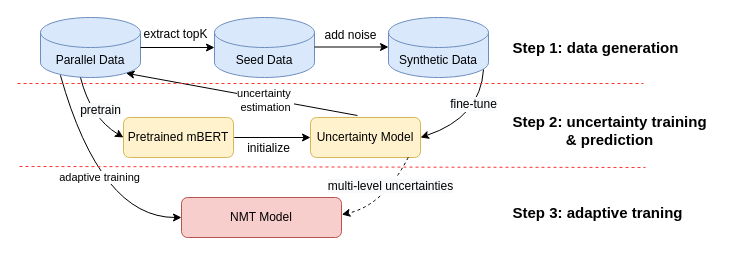
This is uncertaintyNMT.drawio from lizezhonglaile/drawio, a draw.io file, before an edit. Source tidied: cells renumbered, new cells numbered last; positions are measured from the earlier drawing's top-left corner, leaving out a move shared by most shapes. Both pictures are drawn from the tidied source at 100%, with x=0, y=0 at pixel (17, 17).
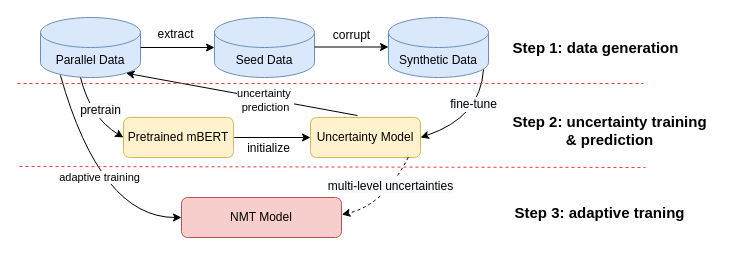
The same diagram, later.

Unchanged cells that the change refers to:
```xml
<mxCell id="15" style="endArrow=classic;html=1;rounded=0;exitX=0.427;exitY=-0.05;exitDx=0;exitDy=0;exitPerimeter=0;entryX=0.855;entryY=1;entryDx=0;entryDy=-4.35;entryPerimeter=0;" parent="1" edge="1" source="7" target="2">
  <mxGeometry relative="1" as="geometry" />
</mxCell>
```

Change to the diagram source:
```diff
@@
-    <mxCell id="16" value="uncertainty&amp;nbsp;&lt;br&gt;estimation" style="edgeLabel;html=1;align=center;verticalAlign=middle;" parent="15" vertex="1">
+    <mxCell id="16" value="uncertainty&amp;nbsp;&lt;br&gt;prediction" style="edgeLabel;html=1;align=center;verticalAlign=middle;" parent="15" vertex="1">
       <mxGeometry x="0.07" y="-1" relative="1" as="geometry">
         <mxPoint x="31" y="8" as="offset" />
       </mxGeometry>
     </mxCell>
@@
-    <mxCell id="19" value="extract topK" style="text;html=1;align=center;verticalAlign=middle;strokeColor=none;fillColor=none;" parent="1" vertex="1">
-      <mxGeometry x="117" y="4" width="82" height="26" as="geometry" />
+    <mxCell id="19" value="extract" style="text;html=1;align=center;verticalAlign=middle;strokeColor=none;fillColor=none;" parent="1" vertex="1">
+      <mxGeometry x="131" y="4" width="54" height="26" as="geometry" />
     </mxCell>
-    <mxCell id="20" value="add noise" style="text;html=1;align=center;verticalAlign=middle;strokeColor=none;fillColor=none;" parent="1" vertex="1">
-      <mxGeometry x="293" y="3" width="80" height="30" as="geometry" />
+    <mxCell id="20" value="corrupt" style="text;html=1;align=center;verticalAlign=middle;strokeColor=none;fillColor=none;" parent="1" vertex="1">
+      <mxGeometry x="306" y="5" width="55" height="26" as="geometry" />
     </mxCell>
@@
     <mxCell id="26" value="&lt;b&gt;&lt;font style=&quot;font-size: 15px;&quot;&gt;Step 3: adaptive traning&lt;/font&gt;&lt;/b&gt;" style="text;html=1;align=center;verticalAlign=middle;strokeColor=none;fillColor=none;" parent="1" vertex="1">
-      <mxGeometry x="486" y="180" width="188" height="30" as="geometry" />
+      <mxGeometry x="488" y="180" width="188" height="30" as="geometry" />
     </mxCell>
```
